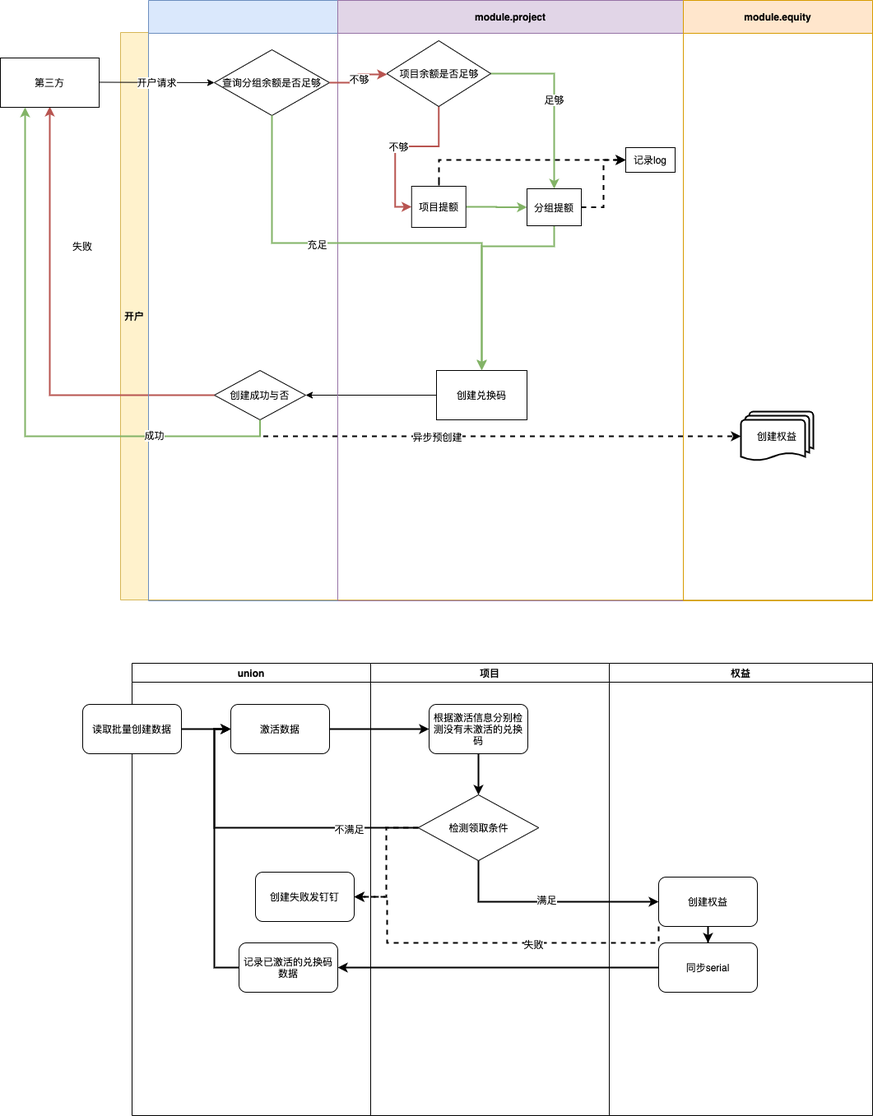
The draw.io diagram TPA.png in zuoqiang320/uniondrug, before a commit. Source tidied: cells renumbered, new cells last; positions are measured from the earlier drawing's top-left corner, leaving out a move shared by most shapes.
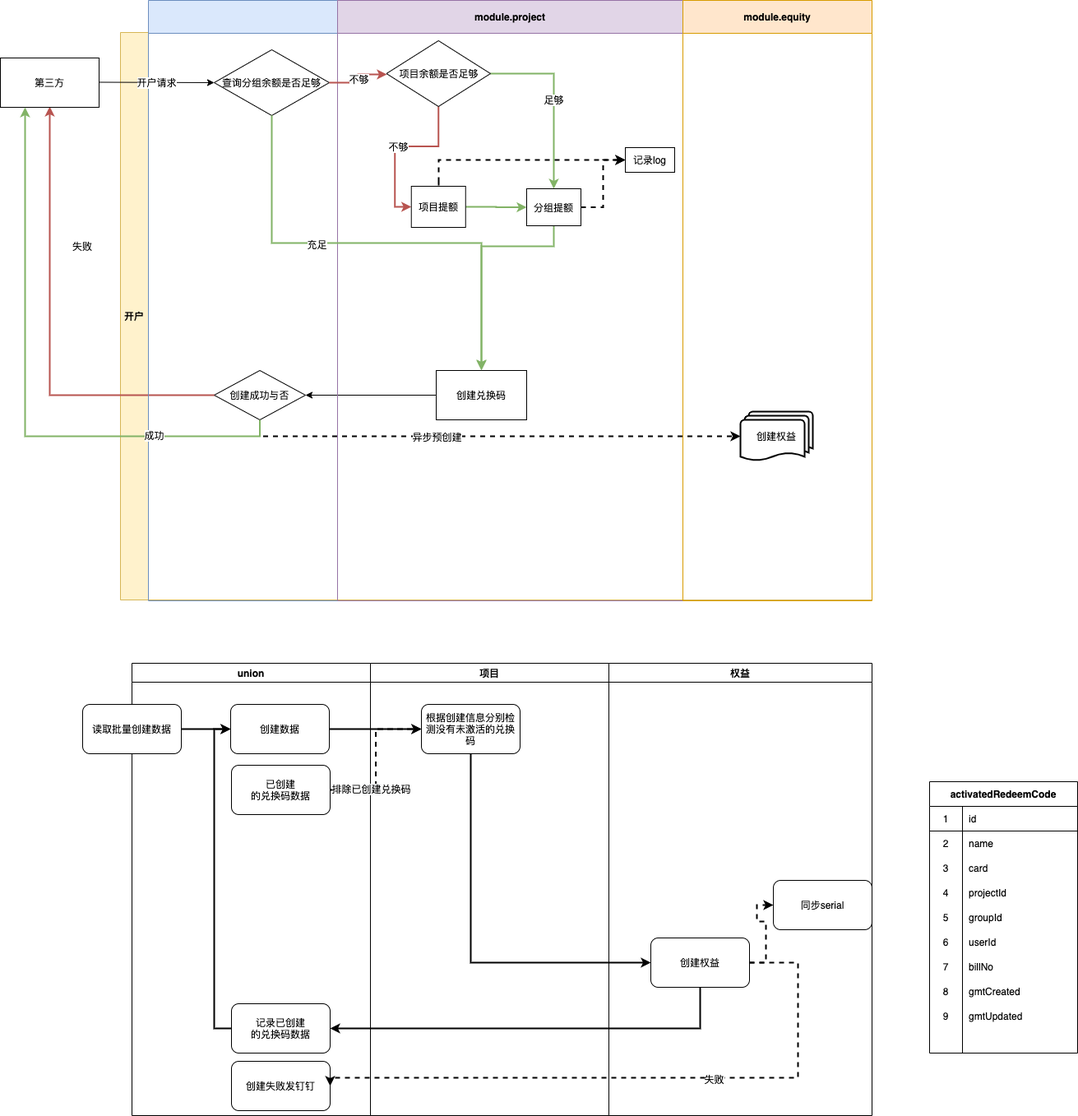
Later version of the same file.

Diff of the diagram source:
```diff
@@ -122,82 +122,154 @@
     <mxCell id="34" value="权益" style="swimlane;" parent="1" vertex="1">
       <mxGeometry x="740" y="806" width="320" height="550" as="geometry" />
     </mxCell>
-    <mxCell id="35" style="edgeStyle=orthogonalEdgeStyle;rounded=0;jettySize=auto;html=1;exitX=0.5;exitY=1;exitDx=0;exitDy=0;strokeWidth=2;" parent="34" edge="1" source="36" target="37">
+    <mxCell id="35" style="edgeStyle=orthogonalEdgeStyle;rounded=0;jettySize=auto;html=1;exitX=1;exitY=0.5;exitDx=0;exitDy=0;entryX=0;entryY=0.5;entryDx=0;entryDy=0;dashed=1;strokeWidth=2;" parent="34" edge="1" source="36" target="37">
       <mxGeometry relative="1" as="geometry" />
     </mxCell>
     <mxCell id="36" value="创建权益" style="rounded=1;whiteSpace=wrap;html=1;" parent="34" vertex="1">
-      <mxGeometry x="60" y="260" width="120" height="60" as="geometry" />
+      <mxGeometry x="51" y="334" width="120" height="60" as="geometry" />
     </mxCell>
     <mxCell id="37" value="同步serial" style="rounded=1;whiteSpace=wrap;html=1;" parent="34" vertex="1">
-      <mxGeometry x="60" y="340" width="120" height="60" as="geometry" />
+      <mxGeometry x="200" y="264" width="120" height="60" as="geometry" />
     </mxCell>
     <mxCell id="38" value="项目" style="swimlane;" parent="1" vertex="1">
       <mxGeometry x="450" y="806" width="290" height="550" as="geometry" />
     </mxCell>
-    <mxCell id="39" style="edgeStyle=orthogonalEdgeStyle;rounded=0;jettySize=auto;html=1;exitX=0.5;exitY=1;exitDx=0;exitDy=0;strokeWidth=2;" parent="38" edge="1" source="40">
-      <mxGeometry relative="1" as="geometry">
-        <mxPoint x="131" y="160" as="targetPoint" />
-      </mxGeometry>
-    </mxCell>
-    <mxCell id="40" value="&lt;span&gt;根据激活信息分别检测没有未激活的兑换码&lt;/span&gt;" style="rounded=1;whiteSpace=wrap;html=1;" parent="38" vertex="1">
-      <mxGeometry x="71" y="50" width="120" height="60" as="geometry" />
+    <mxCell id="40" value="&lt;span&gt;根据&lt;/span&gt;创建&lt;span&gt;信息分别检测没有未激活的兑换码&lt;/span&gt;" style="rounded=1;whiteSpace=wrap;html=1;" parent="38" vertex="1">
+      <mxGeometry x="62" y="50" width="120" height="60" as="geometry" />
     </mxCell>
-    <mxCell id="41" value="检测领取条件" style="rhombus;whiteSpace=wrap;html=1;" parent="38" vertex="1">
-      <mxGeometry x="57.8" y="160" width="146.5" height="80" as="geometry" />
-    </mxCell>
     <mxCell id="42" style="edgeStyle=orthogonalEdgeStyle;rounded=0;jettySize=auto;html=1;exitX=1;exitY=0.5;exitDx=0;exitDy=0;strokeWidth=2;entryX=0;entryY=0.5;entryDx=0;entryDy=0;" parent="1" edge="1" source="43" target="40">
       <mxGeometry relative="1" as="geometry" />
     </mxCell>
-    <mxCell id="43" value="激活数据" style="rounded=1;whiteSpace=wrap;html=1;" parent="1" vertex="1">
+    <mxCell id="43" value="创建数据" style="rounded=1;whiteSpace=wrap;html=1;" parent="1" vertex="1">
       <mxGeometry x="280" y="856" width="120" height="60" as="geometry" />
     </mxCell>
-    <mxCell id="44" style="edgeStyle=orthogonalEdgeStyle;rounded=0;jettySize=auto;html=1;exitX=0.5;exitY=1;exitDx=0;exitDy=0;entryX=0;entryY=0.5;entryDx=0;entryDy=0;strokeWidth=2;" parent="1" edge="1" source="41" target="36">
-      <mxGeometry relative="1" as="geometry" />
-    </mxCell>
-    <mxCell id="45" value="满足" style="edgeLabel;html=1;align=center;verticalAlign=middle;" parent="44" vertex="1">
-      <mxGeometry x="-0.02" y="3" relative="1" as="geometry" />
-    </mxCell>
     <mxCell id="46" value="union" style="swimlane;" parent="1" vertex="1">
       <mxGeometry x="160" y="806" width="290" height="550" as="geometry" />
     </mxCell>
-    <mxCell id="47" value="记录已激活的兑换码数据" style="rounded=1;whiteSpace=wrap;html=1;" parent="46" vertex="1">
-      <mxGeometry x="130" y="340" width="120" height="60" as="geometry" />
+    <mxCell id="47" value="记录已创建&lt;br&gt;的兑换码数据" style="rounded=1;whiteSpace=wrap;html=1;" parent="46" vertex="1">
+      <mxGeometry x="121" y="414" width="120" height="60" as="geometry" />
     </mxCell>
     <mxCell id="48" value="读取批量创建数据" style="rounded=1;whiteSpace=wrap;html=1;" parent="46" vertex="1">
       <mxGeometry x="-60" y="50" width="120" height="60" as="geometry" />
     </mxCell>
     <mxCell id="49" value="创建失败发钉钉" style="rounded=1;whiteSpace=wrap;html=1;" parent="46" vertex="1">
-      <mxGeometry x="150" y="254" width="120" height="60" as="geometry" />
+      <mxGeometry x="121" y="484" width="120" height="60" as="geometry" />
     </mxCell>
-    <mxCell id="50" style="edgeStyle=orthogonalEdgeStyle;rounded=0;jettySize=auto;html=1;exitX=0;exitY=0.5;exitDx=0;exitDy=0;strokeWidth=2;" parent="1" edge="1" source="37" target="47">
-      <mxGeometry relative="1" as="geometry" />
-    </mxCell>
+    <mxCell id="58" value="已创建&lt;br&gt;的兑换码数据" style="rounded=1;whiteSpace=wrap;html=1;" parent="46" vertex="1">
+      <mxGeometry x="121" y="124" width="120" height="60" as="geometry" />
+    </mxCell>
     <mxCell id="51" style="edgeStyle=orthogonalEdgeStyle;rounded=0;jettySize=auto;html=1;exitX=1;exitY=0.5;exitDx=0;exitDy=0;strokeWidth=2;" parent="1" edge="1" source="48" target="43">
       <mxGeometry relative="1" as="geometry" />
     </mxCell>
     <mxCell id="52" style="edgeStyle=orthogonalEdgeStyle;rounded=0;jettySize=auto;html=1;exitX=0;exitY=0.5;exitDx=0;exitDy=0;entryX=0;entryY=0.5;entryDx=0;entryDy=0;strokeWidth=2;" parent="1" edge="1" source="47" target="43">
       <mxGeometry relative="1" as="geometry" />
     </mxCell>
-    <mxCell id="53" style="edgeStyle=orthogonalEdgeStyle;rounded=0;jettySize=auto;html=1;exitX=0;exitY=0.5;exitDx=0;exitDy=0;entryX=0;entryY=0.5;entryDx=0;entryDy=0;strokeWidth=2;" parent="1" edge="1" source="41" target="43">
-      <mxGeometry relative="1" as="geometry" />
-    </mxCell>
-    <mxCell id="54" value="不满足" style="edgeLabel;html=1;align=center;verticalAlign=middle;" parent="53" vertex="1">
-      <mxGeometry x="-0.57" y="1" relative="1" as="geometry" />
-    </mxCell>
-    <mxCell id="55" style="edgeStyle=orthogonalEdgeStyle;rounded=0;jettySize=auto;html=1;exitX=0;exitY=0.5;exitDx=0;exitDy=0;entryX=1;entryY=0.5;entryDx=0;entryDy=0;strokeWidth=2;dashed=1;" parent="1" edge="1" source="41" target="49">
-      <mxGeometry relative="1" as="geometry" />
-    </mxCell>
-    <mxCell id="56" style="edgeStyle=orthogonalEdgeStyle;rounded=0;jettySize=auto;html=1;exitX=0;exitY=1;exitDx=0;exitDy=0;entryX=1;entryY=0.5;entryDx=0;entryDy=0;strokeWidth=2;dashed=1;" parent="1" edge="1" source="36" target="49">
+    <mxCell id="56" style="edgeStyle=orthogonalEdgeStyle;rounded=0;jettySize=auto;html=1;exitX=1;exitY=0.5;exitDx=0;exitDy=0;entryX=1;entryY=0.5;entryDx=0;entryDy=0;strokeWidth=2;dashed=1;" parent="1" edge="1" source="36" target="49">
       <mxGeometry relative="1" as="geometry">
         <Array as="points">
-          <mxPoint x="800" y="1146" />
-          <mxPoint x="470" y="1146" />
-          <mxPoint x="470" y="1090" />
+          <mxPoint x="970" y="1170" />
+          <mxPoint x="970" y="1310" />
         </Array>
       </mxGeometry>
     </mxCell>
     <mxCell id="57" value="失败" style="edgeLabel;html=1;align=center;verticalAlign=middle;" parent="56" vertex="1">
       <mxGeometry x="-0.22" y="1" relative="1" as="geometry" />
     </mxCell>
+    <mxCell id="59" style="edgeStyle=orthogonalEdgeStyle;rounded=0;jettySize=auto;html=1;exitX=1;exitY=0.5;exitDx=0;exitDy=0;entryX=0;entryY=0.5;entryDx=0;entryDy=0;dashed=1;strokeWidth=2;" parent="1" edge="1" source="58" target="40">
+      <mxGeometry relative="1" as="geometry" />
+    </mxCell>
+    <mxCell id="60" value="排除已&lt;span style=&quot;font-size: 12px ; background-color: rgb(248 , 249 , 250)&quot;&gt;创建&lt;/span&gt;兑换码" style="edgeLabel;html=1;align=center;verticalAlign=middle;" parent="59" vertex="1">
+      <mxGeometry x="-0.47" y="2" relative="1" as="geometry" />
+    </mxCell>
+    <mxCell id="61" value="activatedRedeemCode" style="shape=table;html=1;whiteSpace=wrap;startSize=30;rowLines=0;fontStyle=1;align=center;" parent="1" vertex="1">
+      <mxGeometry x="1130" y="950" width="180" height="330" as="geometry" />
+    </mxCell>
+    <mxCell id="62" style="shape=partialRectangle;html=1;whiteSpace=wrap;fillColor=none;top=0;left=0;bottom=1;right=0;" parent="61" vertex="1">
+      <mxGeometry y="30" width="180" height="30" as="geometry" />
+    </mxCell>
+    <mxCell id="63" value="1" style="shape=partialRectangle;html=1;whiteSpace=wrap;fillColor=none;top=0;left=0;bottom=0;right=0;overflow=hidden;" parent="62" vertex="1">
+      <mxGeometry width="40" height="30" as="geometry" />
+    </mxCell>
+    <mxCell id="64" value="id" style="shape=partialRectangle;html=1;whiteSpace=wrap;fillColor=none;top=0;left=0;bottom=0;right=0;align=left;spacingLeft=6;overflow=hidden;" parent="62" vertex="1">
+      <mxGeometry x="40" width="140" height="30" as="geometry" />
+    </mxCell>
+    <mxCell id="65" style="shape=partialRectangle;html=1;whiteSpace=wrap;fillColor=none;top=0;left=0;bottom=0;right=0;" parent="61" vertex="1">
+      <mxGeometry y="60" width="180" height="30" as="geometry" />
+    </mxCell>
+    <mxCell id="66" value="2" style="shape=partialRectangle;html=1;whiteSpace=wrap;fillColor=none;top=0;left=0;bottom=0;right=0;overflow=hidden;" parent="65" vertex="1">
+      <mxGeometry width="40" height="30" as="geometry" />
+    </mxCell>
+    <mxCell id="67" value="name" style="shape=partialRectangle;html=1;whiteSpace=wrap;fillColor=none;top=0;left=0;bottom=0;right=0;align=left;spacingLeft=6;overflow=hidden;" parent="65" vertex="1">
+      <mxGeometry x="40" width="140" height="30" as="geometry" />
+    </mxCell>
+    <mxCell id="68" style="shape=partialRectangle;html=1;whiteSpace=wrap;fillColor=none;top=0;left=0;bottom=0;right=0;" parent="61" vertex="1">
+      <mxGeometry y="90" width="180" height="30" as="geometry" />
+    </mxCell>
+    <mxCell id="69" value="3" style="shape=partialRectangle;html=1;whiteSpace=wrap;fillColor=none;top=0;left=0;bottom=0;right=0;overflow=hidden;" parent="68" vertex="1">
+      <mxGeometry width="40" height="30" as="geometry" />
+    </mxCell>
+    <mxCell id="70" value="card" style="shape=partialRectangle;html=1;whiteSpace=wrap;fillColor=none;top=0;left=0;bottom=0;right=0;align=left;spacingLeft=6;overflow=hidden;" parent="68" vertex="1">
+      <mxGeometry x="40" width="140" height="30" as="geometry" />
+    </mxCell>
+    <mxCell id="71" style="shape=partialRectangle;html=1;whiteSpace=wrap;fillColor=none;top=0;left=0;bottom=0;right=0;" parent="61" vertex="1">
+      <mxGeometry y="120" width="180" height="30" as="geometry" />
+    </mxCell>
+    <mxCell id="72" value="4" style="shape=partialRectangle;html=1;whiteSpace=wrap;fillColor=none;top=0;left=0;bottom=0;right=0;overflow=hidden;" parent="71" vertex="1">
+      <mxGeometry width="40" height="30" as="geometry" />
+    </mxCell>
+    <mxCell id="73" value="projectId" style="shape=partialRectangle;html=1;whiteSpace=wrap;fillColor=none;top=0;left=0;bottom=0;right=0;align=left;spacingLeft=6;overflow=hidden;" parent="71" vertex="1">
+      <mxGeometry x="40" width="140" height="30" as="geometry" />
+    </mxCell>
+    <mxCell id="74" style="shape=partialRectangle;html=1;whiteSpace=wrap;fillColor=none;top=0;left=0;bottom=0;right=0;" parent="61" vertex="1">
+      <mxGeometry y="150" width="180" height="30" as="geometry" />
+    </mxCell>
+    <mxCell id="75" value="5" style="shape=partialRectangle;html=1;whiteSpace=wrap;fillColor=none;top=0;left=0;bottom=0;right=0;overflow=hidden;" parent="74" vertex="1">
+      <mxGeometry width="40" height="30" as="geometry" />
+    </mxCell>
+    <mxCell id="76" value="groupId" style="shape=partialRectangle;html=1;whiteSpace=wrap;fillColor=none;top=0;left=0;bottom=0;right=0;align=left;spacingLeft=6;overflow=hidden;" parent="74" vertex="1">
+      <mxGeometry x="40" width="140" height="30" as="geometry" />
+    </mxCell>
+    <mxCell id="77" style="shape=partialRectangle;html=1;whiteSpace=wrap;fillColor=none;top=0;left=0;bottom=0;right=0;" parent="61" vertex="1">
+      <mxGeometry y="180" width="180" height="30" as="geometry" />
+    </mxCell>
+    <mxCell id="78" value="6" style="shape=partialRectangle;html=1;whiteSpace=wrap;fillColor=none;top=0;left=0;bottom=0;right=0;overflow=hidden;" parent="77" vertex="1">
+      <mxGeometry width="40" height="30" as="geometry" />
+    </mxCell>
+    <mxCell id="79" value="userId" style="shape=partialRectangle;html=1;whiteSpace=wrap;fillColor=none;top=0;left=0;bottom=0;right=0;align=left;spacingLeft=6;overflow=hidden;" parent="77" vertex="1">
+      <mxGeometry x="40" width="140" height="30" as="geometry" />
+    </mxCell>
+    <mxCell id="80" style="shape=partialRectangle;html=1;whiteSpace=wrap;fillColor=none;top=0;left=0;bottom=0;right=0;" parent="61" vertex="1">
+      <mxGeometry y="210" width="180" height="30" as="geometry" />
+    </mxCell>
+    <mxCell id="81" value="7" style="shape=partialRectangle;html=1;whiteSpace=wrap;fillColor=none;top=0;left=0;bottom=0;right=0;overflow=hidden;" parent="80" vertex="1">
+      <mxGeometry width="40" height="30" as="geometry" />
+    </mxCell>
+    <mxCell id="82" value="billNo" style="shape=partialRectangle;html=1;whiteSpace=wrap;fillColor=none;top=0;left=0;bottom=0;right=0;align=left;spacingLeft=6;overflow=hidden;" parent="80" vertex="1">
+      <mxGeometry x="40" width="140" height="30" as="geometry" />
+    </mxCell>
+    <mxCell id="83" style="shape=partialRectangle;html=1;whiteSpace=wrap;fillColor=none;top=0;left=0;bottom=0;right=0;" parent="61" vertex="1">
+      <mxGeometry y="240" width="180" height="30" as="geometry" />
+    </mxCell>
+    <mxCell id="84" value="8" style="shape=partialRectangle;html=1;whiteSpace=wrap;fillColor=none;top=0;left=0;bottom=0;right=0;overflow=hidden;" parent="83" vertex="1">
+      <mxGeometry width="40" height="30" as="geometry" />
+    </mxCell>
+    <mxCell id="85" value="gmtCreated" style="shape=partialRectangle;html=1;whiteSpace=wrap;fillColor=none;top=0;left=0;bottom=0;right=0;align=left;spacingLeft=6;overflow=hidden;" parent="83" vertex="1">
+      <mxGeometry x="40" width="140" height="30" as="geometry" />
+    </mxCell>
+    <mxCell id="86" style="shape=partialRectangle;html=1;whiteSpace=wrap;fillColor=none;top=0;left=0;bottom=0;right=0;" parent="61" vertex="1">
+      <mxGeometry y="270" width="180" height="30" as="geometry" />
+    </mxCell>
+    <mxCell id="87" value="9" style="shape=partialRectangle;html=1;whiteSpace=wrap;fillColor=none;top=0;left=0;bottom=0;right=0;overflow=hidden;" parent="86" vertex="1">
+      <mxGeometry width="40" height="30" as="geometry" />
+    </mxCell>
+    <mxCell id="88" value="gmtUpdated" style="shape=partialRectangle;html=1;whiteSpace=wrap;fillColor=none;top=0;left=0;bottom=0;right=0;align=left;spacingLeft=6;overflow=hidden;" parent="86" vertex="1">
+      <mxGeometry x="40" width="140" height="30" as="geometry" />
+    </mxCell>
+    <mxCell id="39" style="edgeStyle=orthogonalEdgeStyle;rounded=0;jettySize=auto;html=1;exitX=0.5;exitY=1;exitDx=0;exitDy=0;strokeWidth=2;entryX=0;entryY=0.5;entryDx=0;entryDy=0;" parent="1" edge="1" source="40" target="36">
+      <mxGeometry relative="1" as="geometry" />
+    </mxCell>
+    <mxCell id="89" style="edgeStyle=orthogonalEdgeStyle;rounded=0;jettySize=auto;html=1;exitX=0.5;exitY=1;exitDx=0;exitDy=0;entryX=1;entryY=0.5;entryDx=0;entryDy=0;strokeWidth=2;" parent="1" edge="1" source="36" target="47">
+      <mxGeometry relative="1" as="geometry" />
+    </mxCell>
   </root>
 </mxGraphModel>
```
